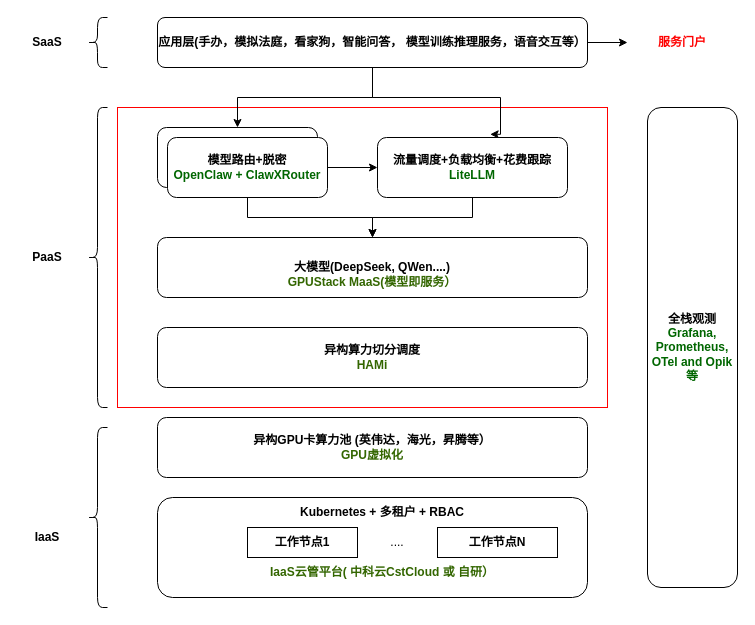
The draw.io diagram starbrain.drawio in wlijian-max/digrams, before the edit. Source tidied: cells renumbered, new cells numbered last; positions are measured from the earlier drawing's top-left corner, leaving out a move shared by most shapes. Both pictures are drawn from the tidied source at 100%, with x=0, y=0 at pixel (17, 17).
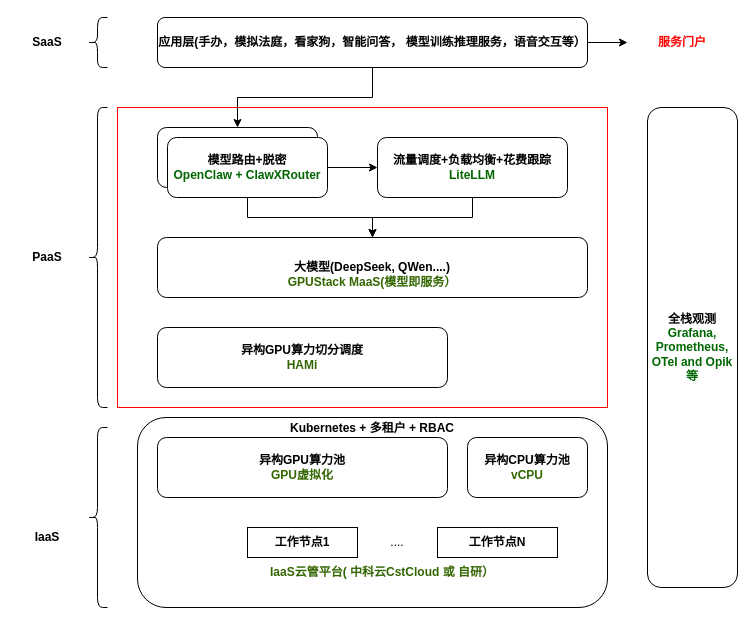
After the change.

Unchanged cells that the change refers to:
```xml
<mxCell id="10" value="OpenClaw + ClawXRouter" style="rounded=1;whiteSpace=wrap;html=1;" parent="1" vertex="1">
  <mxGeometry x="140" y="110" width="160" height="60" as="geometry" />
</mxCell>
<mxCell id="14" value="&lt;b&gt;应用层(手办，模拟法庭，看家狗，智能问答， 模型训练推理服务，语音交互等）&lt;/b&gt;" style="rounded=1;whiteSpace=wrap;html=1;" parent="1" vertex="1">
  <mxGeometry x="140" width="430" height="50" as="geometry" />
</mxCell>
<mxCell id="29" value="&lt;b&gt;流量调度+负载均衡+花费跟踪&lt;br&gt;&lt;font style=&quot;color: rgb(0, 102, 0);&quot;&gt;LiteLLM&lt;/font&gt;&lt;/b&gt;" style="rounded=1;whiteSpace=wrap;html=1;" parent="1" vertex="1">
  <mxGeometry x="360" y="120" width="190" height="60" as="geometry" />
</mxCell>
```

Change to the diagram source:
```diff
@@
     <mxCell id="3" style="rounded=1;whiteSpace=wrap;html=1;" parent="1" vertex="1">
-      <mxGeometry x="140" y="480" width="430" height="100" as="geometry" />
+      <mxGeometry x="120" y="400" width="470" height="190" as="geometry" />
     </mxCell>
-    <mxCell id="4" value="&lt;b&gt;异构GPU卡算力池 (英伟达，海光，昇腾等）&lt;/b&gt;&lt;div&gt;&lt;b&gt;&lt;font style=&quot;color: rgb(51, 102, 0);&quot;&gt;GPU虚拟化&lt;/font&gt;&lt;/b&gt;&lt;/div&gt;" style="rounded=1;whiteSpace=wrap;html=1;" parent="1" vertex="1">
-      <mxGeometry x="140" y="400" width="430" height="60" as="geometry" />
+    <mxCell id="4" value="&lt;b&gt;异构GPU算力池&lt;/b&gt;&lt;div&gt;&lt;b&gt;&lt;font style=&quot;color: rgb(51, 102, 0);&quot;&gt;GPU虚拟化&lt;/font&gt;&lt;/b&gt;&lt;/div&gt;" style="rounded=1;whiteSpace=wrap;html=1;" parent="1" vertex="1">
+      <mxGeometry x="140" y="420" width="290" height="60" as="geometry" />
     </mxCell>
-    <mxCell id="5" value="&lt;b&gt;异构算力切分调度&lt;/b&gt;&lt;div&gt;&lt;b&gt;&lt;font style=&quot;color: rgb(51, 102, 0);&quot;&gt;HAMi&lt;/font&gt;&lt;/b&gt;&lt;/div&gt;" style="rounded=1;whiteSpace=wrap;html=1;" parent="1" vertex="1">
-      <mxGeometry x="140" y="310" width="430" height="60" as="geometry" />
+    <mxCell id="5" value="&lt;b&gt;异构GPU算力切分调度&lt;/b&gt;&lt;div&gt;&lt;b&gt;&lt;font style=&quot;color: rgb(51, 102, 0);&quot;&gt;HAMi&lt;/font&gt;&lt;/b&gt;&lt;/div&gt;" style="rounded=1;whiteSpace=wrap;html=1;" parent="1" vertex="1">
+      <mxGeometry x="140" y="310" width="290" height="60" as="geometry" />
     </mxCell>
@@
     <mxCell id="11" style="edgeStyle=orthogonalEdgeStyle;rounded=0;jettySize=auto;html=1;entryX=0.5;entryY=0;entryDx=0;entryDy=0;" parent="1" edge="1" source="14" target="10">
-      <mxGeometry relative="1" as="geometry" />
+      <mxGeometry relative="1" as="geometry">
+        <Array as="points">
+          <mxPoint x="355" y="80" />
+          <mxPoint x="220" y="80" />
+        </Array>
+      </mxGeometry>
     </mxCell>
@@
-    <mxCell id="13" style="edgeStyle=orthogonalEdgeStyle;rounded=0;jettySize=auto;html=1;entryX=0.593;entryY=-0.053;entryDx=0;entryDy=0;entryPerimeter=0;" parent="1" edge="1" source="14" target="29">
-      <mxGeometry relative="1" as="geometry">
-        <Array as="points">
-          <mxPoint x="355" y="80" />
-          <mxPoint x="483" y="80" />
-        </Array>
-      </mxGeometry>
-    </mxCell>
@@
     <mxCell id="22" value="&lt;b&gt;Kubernetes + 多租户 + RBAC&lt;/b&gt;" style="text;html=1;whiteSpace=wrap;strokeColor=none;fillColor=none;align=center;verticalAlign=middle;rounded=0;" parent="1" vertex="1">
-      <mxGeometry x="250" y="480" width="230" height="30" as="geometry" />
+      <mxGeometry x="240" y="396" width="230" height="30" as="geometry" />
     </mxCell>
@@
+    <mxCell id="30" value="&lt;b&gt;异构CPU算力池&lt;/b&gt;&lt;div&gt;&lt;b&gt;&lt;font style=&quot;color: rgb(51, 102, 0);&quot;&gt;vCPU&lt;/font&gt;&lt;/b&gt;&lt;/div&gt;" style="rounded=1;whiteSpace=wrap;html=1;" parent="1" vertex="1">
+      <mxGeometry x="450" y="420" width="120" height="60" as="geometry" />
+    </mxCell>
```
